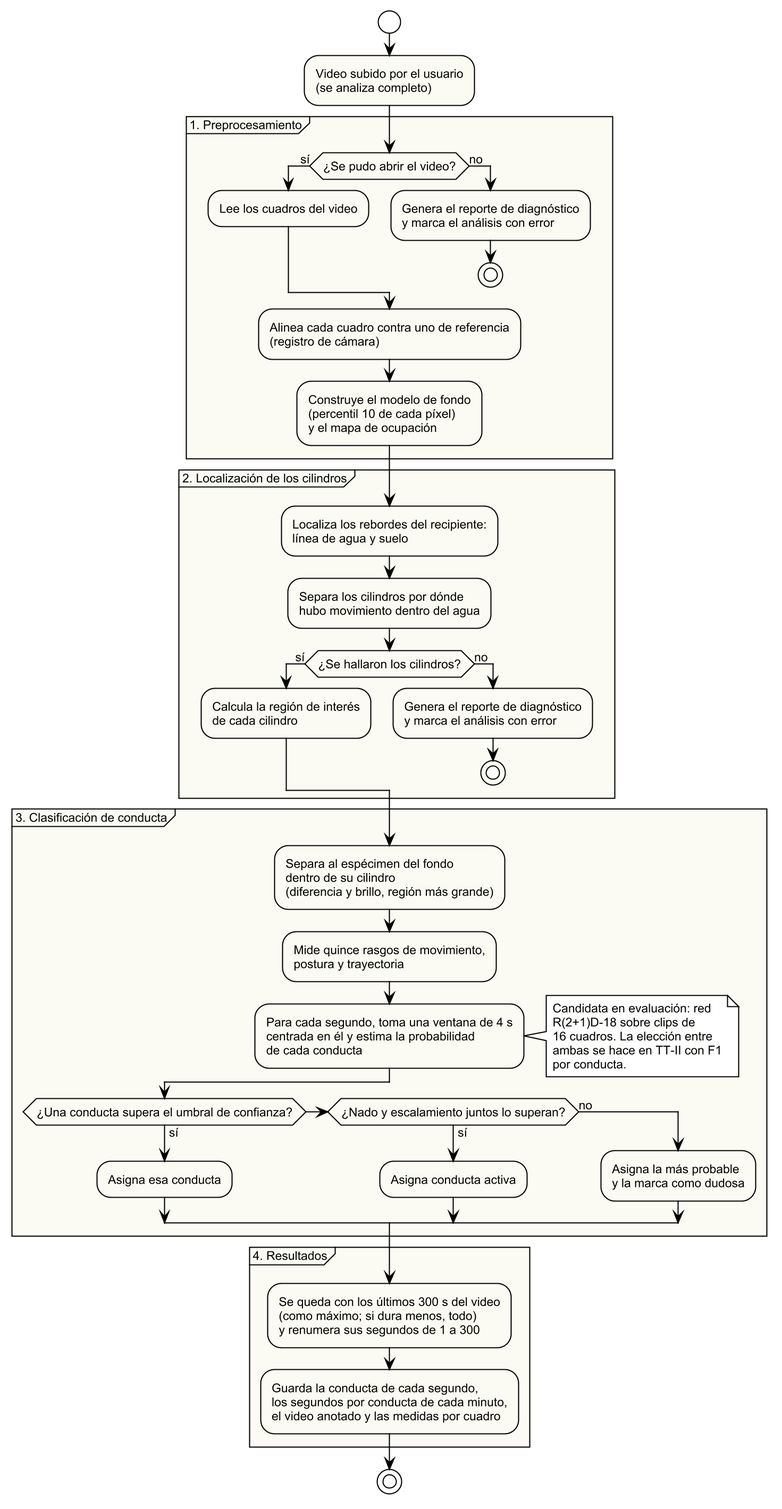
Before: figures/mermaid/pipeline.png, a diagram exported from PlantUML (ErickJester/fst-ai-system-latex). Source of this version:
```plantuml
@startuml pipeline

!theme plain
skinparam defaultFontName Arial
skinparam defaultFontSize 11
skinparam shadowing false
skinparam dpi 200
skinparam ActivityBackgroundColor #FFFEF2
skinparam PartitionBackgroundColor #FBFBF4

start
:Video subido por el usuario\n(se analiza completo);

partition "1. Preprocesamiento" {
  if (¿Se pudo abrir el video?) then (sí)
    :Lee los cuadros del video;
  else (no)
    :Genera el reporte de diagnóstico\ny marca el análisis con error;
    stop
  endif
  :Alinea cada cuadro contra uno de referencia\n(registro de cámara);
  :Construye el modelo de fondo\n(percentil 10 de cada píxel)\ny el mapa de ocupación;
}

partition "2. Localización de los cilindros" {
  :Localiza los rebordes del recipiente:\nlínea de agua y suelo;
  :Separa los cilindros por dónde\nhubo movimiento dentro del agua;
  if (¿Se hallaron los cilindros?) then (sí)
    :Calcula la región de interés\nde cada cilindro;
  else (no)
    :Genera el reporte de diagnóstico\ny marca el análisis con error;
    stop
  endif
}

partition "3. Clasificación de conducta" {
  :Separa al espécimen del fondo\ndentro de su cilindro\n(diferencia y brillo, región más grande);
  :Mide quince rasgos de movimiento,\npostura y trayectoria;
  :Para cada segundo, toma una ventana de 4 s\ncentrada en él y estima la probabilidad\nde cada conducta;
  note right
    Candidata en evaluación: red
    R(2+1)D-18 sobre clips de
    16 cuadros. La elección entre
    ambas se hace en TT-II con F1
    por conducta.
  end note
  if (¿Una conducta supera el umbral de confianza?) then (sí)
    :Asigna esa conducta;
  elseif (¿Nado y escalamiento juntos lo superan?) then (sí)
    :Asigna conducta activa;
  else (no)
    :Asigna la más probable\ny la marca como dudosa;
  endif
}

partition "4. Resultados" {
  :Se queda con los últimos 300 s del video\n(como máximo; si dura menos, todo)\ny renumera sus segundos de 1 a 300;
  :Guarda la conducta de cada segundo,\nlos segundos por conducta de cada minuto,\nel video anotado y las medidas por cuadro;
}
stop

@enduml
```
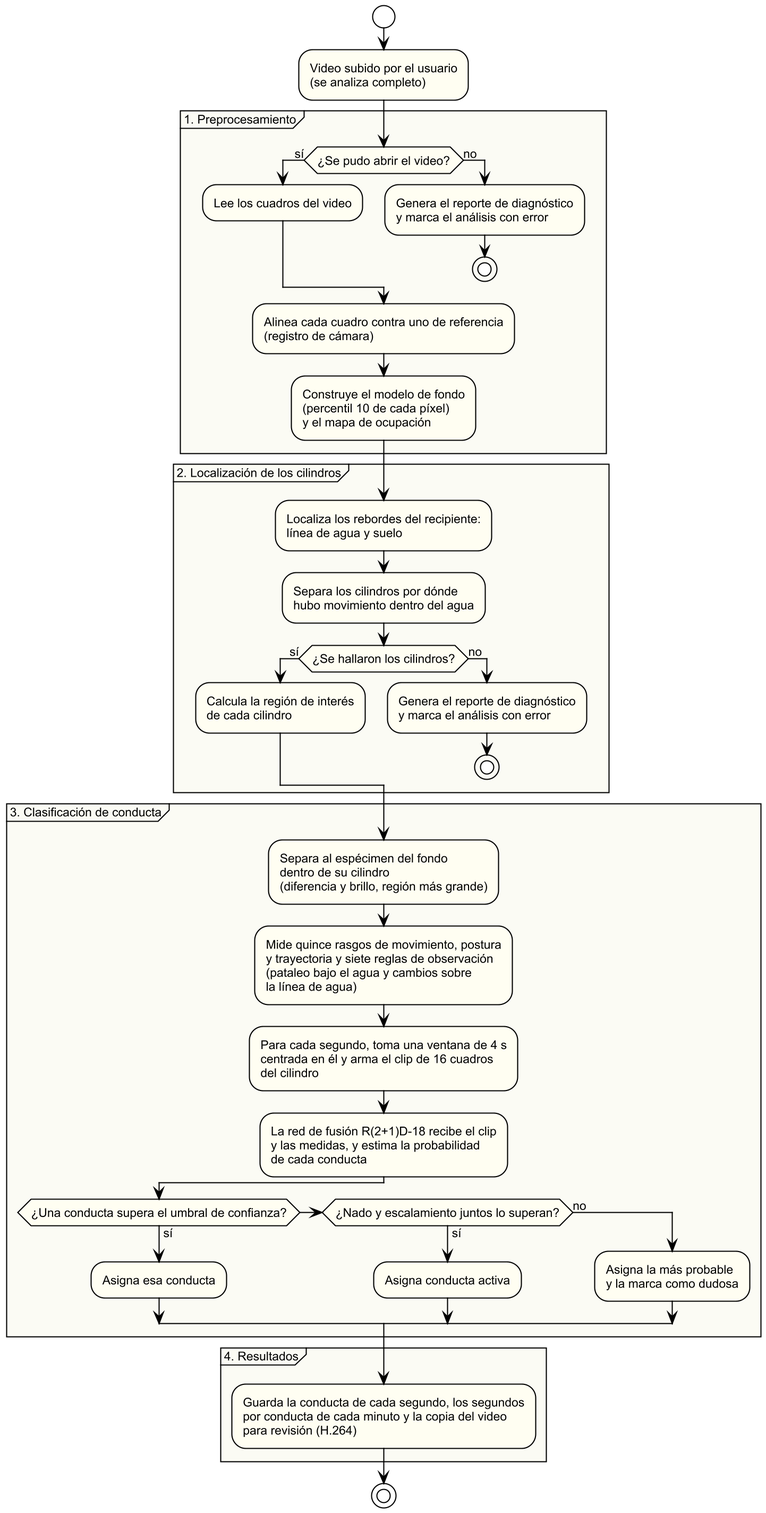
After the change.

The edit, as a diff of the source:
```diff
@@ -35,15 +35,9 @@
 
 partition "3. Clasificación de conducta" {
   :Separa al espécimen del fondo\ndentro de su cilindro\n(diferencia y brillo, región más grande);
-  :Mide quince rasgos de movimiento,\npostura y trayectoria;
-  :Para cada segundo, toma una ventana de 4 s\ncentrada en él y estima la probabilidad\nde cada conducta;
-  note right
-    Candidata en evaluación: red
-    R(2+1)D-18 sobre clips de
-    16 cuadros. La elección entre
-    ambas se hace en TT-II con F1
-    por conducta.
-  end note
+  :Mide quince rasgos de movimiento, postura\ny trayectoria y siete reglas de observación\n(pataleo bajo el agua y cambios sobre\nla línea de agua);
+  :Para cada segundo, toma una ventana de 4 s\ncentrada en él y arma el clip de 16 cuadros\ndel cilindro;
+  :La red de fusión R(2+1)D-18 recibe el clip\ny las medidas, y estima la probabilidad\nde cada conducta;
   if (¿Una conducta supera el umbral de confianza?) then (sí)
     :Asigna esa conducta;
   elseif (¿Nado y escalamiento juntos lo superan?) then (sí)
@@ -54,8 +48,7 @@
 }
 
 partition "4. Resultados" {
-  :Se queda con los últimos 300 s del video\n(como máximo; si dura menos, todo)\ny renumera sus segundos de 1 a 300;
-  :Guarda la conducta de cada segundo,\nlos segundos por conducta de cada minuto,\nel video anotado y las medidas por cuadro;
+  :Guarda la conducta de cada segundo, los segundos\npor conducta de cada minuto y la copia del video\npara revisión (H.264);
 }
 stop
 
```
